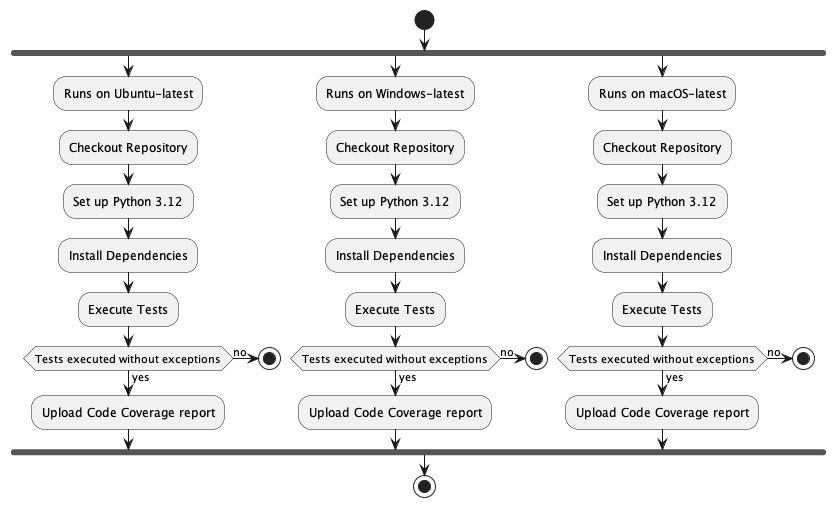
Earlier version of the PlantUML export SSG-API-Testing-Application-v2/docs/assets/developer-guide/CICDActivityDiagram.png (ssg-wsg/Sample-Codes).
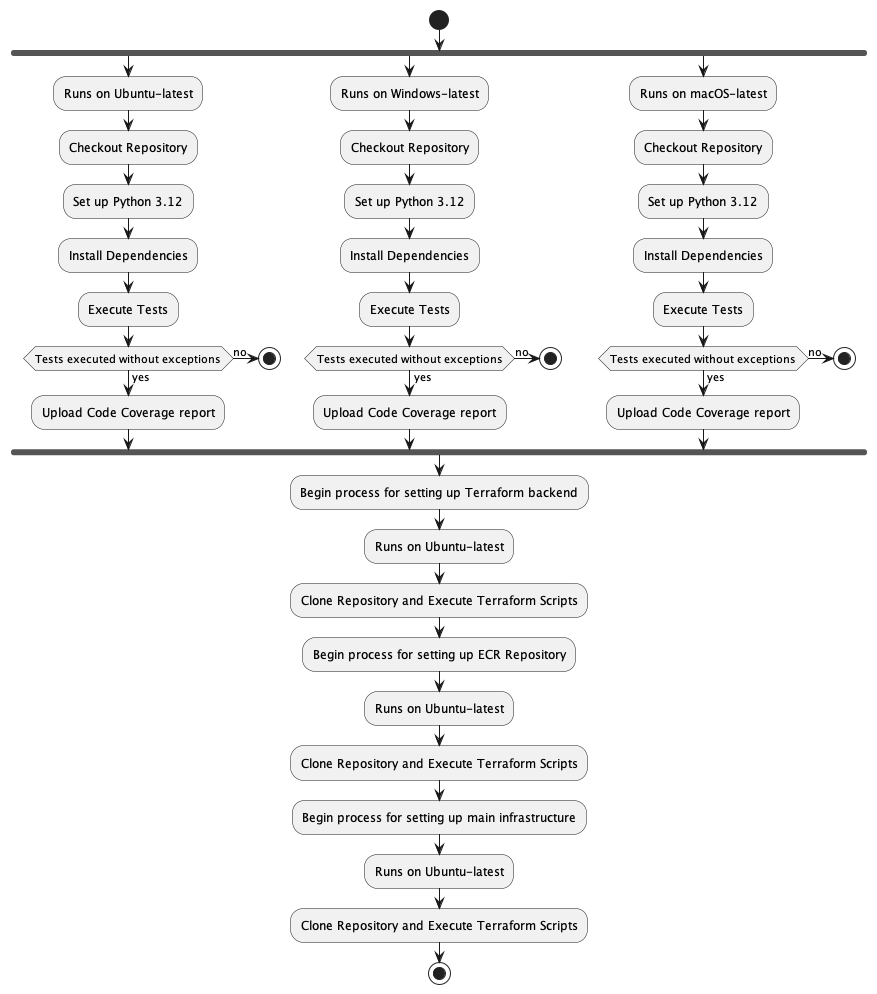
After the change.

The edit, as a diff of the source:
```diff
@@ -40,6 +40,19 @@
 endif
 
 endfork
+
+:Begin process for setting up Terraform backend;
+:Runs on Ubuntu-latest;
+:Clone Repository and Execute Terraform Scripts;
+
+:Begin process for setting up ECR Repository;
+:Runs on Ubuntu-latest;
+:Clone Repository and Execute Terraform Scripts;
+
+:Begin process for setting up main infrastructure;
+:Runs on Ubuntu-latest;
+:Clone Repository and Execute Terraform Scripts;
+
 stop
 
 @enduml
```
